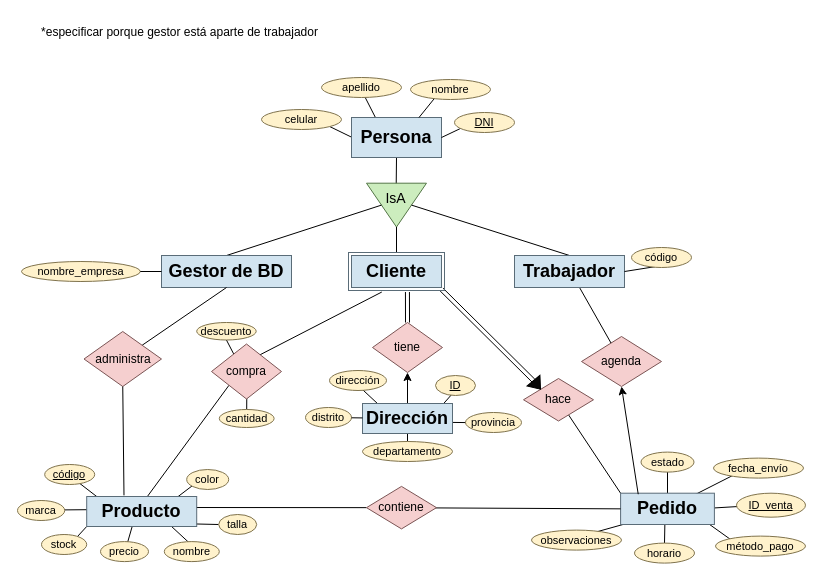
flaqq0/yoc keeps this draw.io diagram as Diagrama sin título.drawio. Above is the earlier version. Source tidied: cells renumbered, new cells numbered last; positions are measured from the earlier drawing's top-left corner, leaving out a move shared by most shapes. Both pictures are drawn from the tidied source at 100%, with x=0, y=0 at pixel (17, 17).
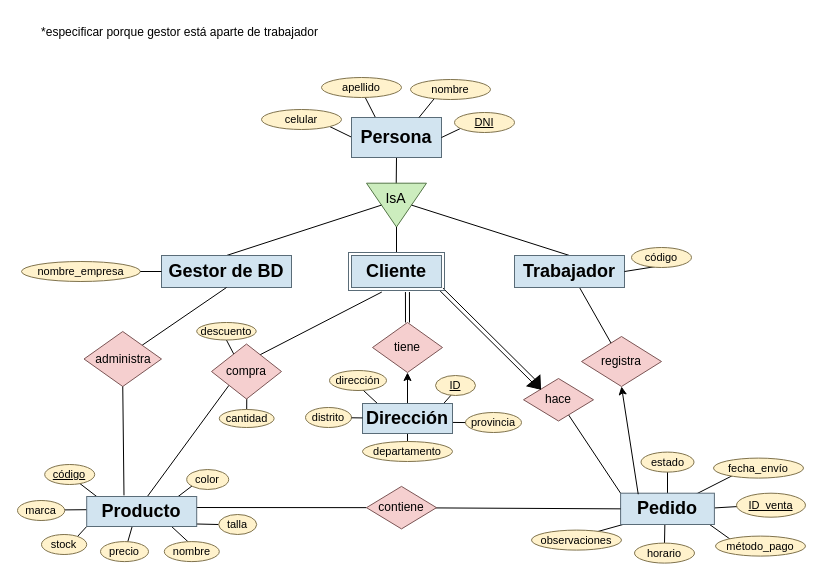
The same page after the edit.

Commit message:
jijiij nuevo

Change to the diagram source:
```diff
@@
-    <mxCell id="46" value="agenda" style="rhombus;whiteSpace=wrap;html=1;fillColor=#F5CFCF;strokeColor=#7B5555;" parent="1" vertex="1">
+    <mxCell id="46" value="registra" style="rhombus;whiteSpace=wrap;html=1;fillColor=#F5CFCF;strokeColor=#7B5555;" parent="1" vertex="1">
       <mxGeometry x="564" y="319" width="80" height="50" as="geometry" />
     </mxCell>
```
